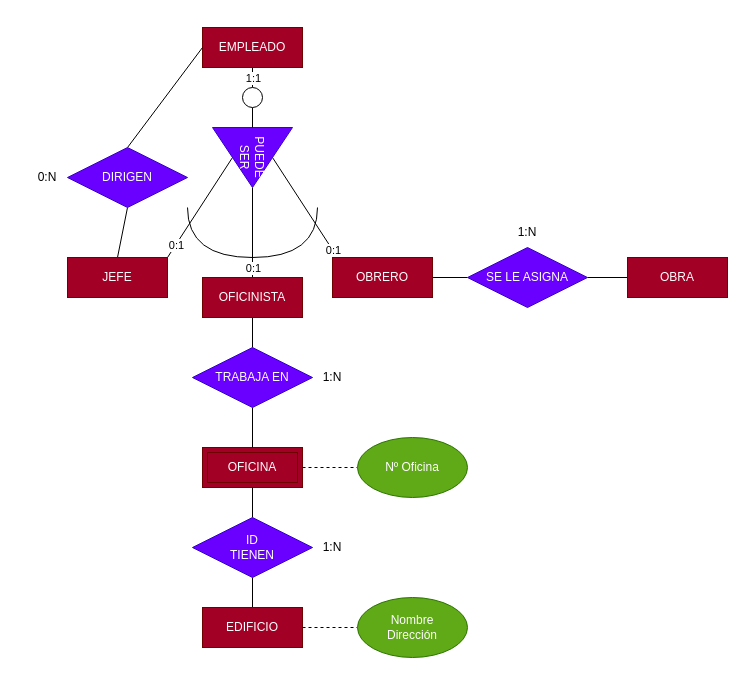
antonionavarro04/diagramas keeps this draw.io diagram as page "10" (3 of 3) of 8_9_10.drawio. Above is the earlier version. Source tidied: cells renumbered, new cells numbered last; positions are measured from the earlier drawing's top-left corner, leaving out a move shared by most shapes. Both pictures are drawn from the tidied source at 100%, with x=0, y=0 at pixel (17, 27).
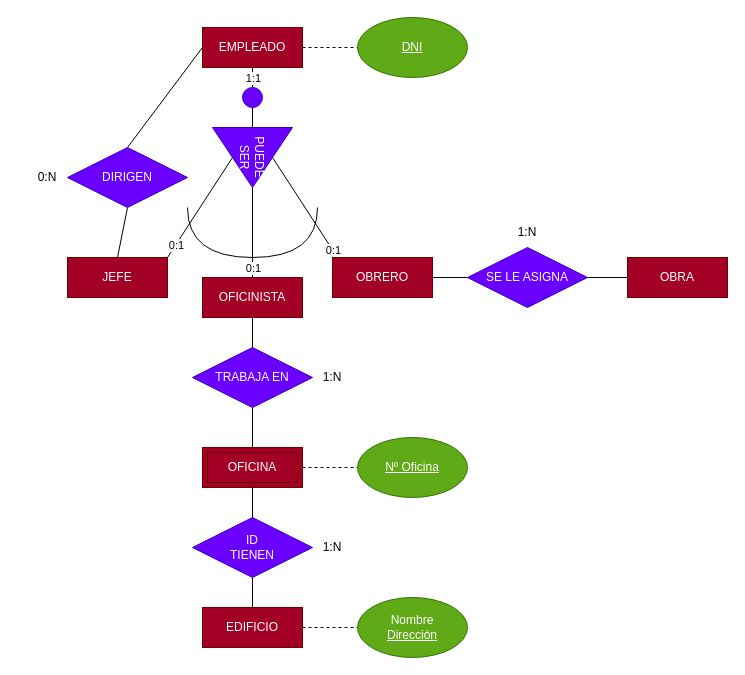
After the change.

The change refers to these unchanged cells:
```xml
<mxCell id="37" value="EMPLEADO" style="whiteSpace=wrap;html=1;align=center;fillColor=#a20025;fontColor=#ffffff;strokeColor=#6F0000;" parent="1" vertex="1">
  <mxGeometry x="185" width="100" height="40" as="geometry" />
</mxCell>
```

Diff of the diagram source:
```diff
@@
-    <mxCell id="10" style="ellipse;whiteSpace=wrap;html=1;" parent="1" vertex="1">
+    <mxCell id="10" style="ellipse;whiteSpace=wrap;html=1;fillColor=#6a00ff;fontColor=#ffffff;strokeColor=#3700CC;" parent="1" vertex="1">
       <mxGeometry x="225" y="60" width="20" height="20" as="geometry" />
     </mxCell>
@@
-    <mxCell id="28" value="Nº Oficina" style="ellipse;whiteSpace=wrap;html=1;fillColor=#60a917;fontColor=#ffffff;strokeColor=#2D7600;" parent="1" vertex="1">
+    <mxCell id="28" value="&lt;u&gt;Nº Oficina&lt;/u&gt;" style="ellipse;whiteSpace=wrap;html=1;fillColor=#60a917;fontColor=#ffffff;strokeColor=#2D7600;" parent="1" vertex="1">
       <mxGeometry x="340" y="410" width="110" height="60" as="geometry" />
     </mxCell>
-    <mxCell id="29" value="Nombre&lt;br&gt;Dirección" style="ellipse;whiteSpace=wrap;html=1;fillColor=#60a917;fontColor=#ffffff;strokeColor=#2D7600;" parent="1" vertex="1">
+    <mxCell id="29" value="Nombre&lt;br&gt;&lt;u&gt;Dirección&lt;/u&gt;" style="ellipse;whiteSpace=wrap;html=1;fillColor=#60a917;fontColor=#ffffff;strokeColor=#2D7600;" parent="1" vertex="1">
       <mxGeometry x="340" y="570" width="110" height="60" as="geometry" />
     </mxCell>
@@
+    <mxCell id="41" style="edgeStyle=none;rounded=0;jettySize=auto;html=1;exitX=1;exitY=0.5;exitDx=0;exitDy=0;entryX=0;entryY=0.5;entryDx=0;entryDy=0;endArrow=none;endFill=0;dashed=1;" parent="1" edge="1" source="37" target="42">
+      <mxGeometry relative="1" as="geometry" />
+    </mxCell>
@@
+    <mxCell id="42" value="&lt;u&gt;DNI&lt;/u&gt;" style="ellipse;whiteSpace=wrap;html=1;fillColor=#60a917;fontColor=#ffffff;strokeColor=#2D7600;" parent="1" vertex="1">
+      <mxGeometry x="340" y="-10" width="110" height="60" as="geometry" />
+    </mxCell>
```
